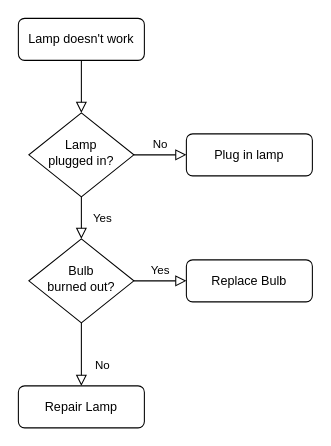
Before: 未命名绘图.drawio in baozhijie1942/6319mid, a draw.io diagram. Source tidied: cells renumbered, new cells numbered last; positions are measured from the earlier drawing's top-left corner, leaving out a move shared by most shapes. Both pictures are drawn from the tidied source at 105%, with x=0, y=0 at pixel (18, 18).
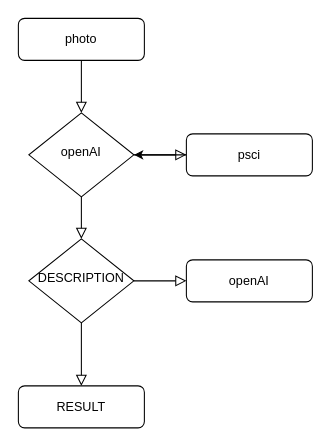
The same diagram, later.

What changed in the source:
```diff
@@
 <mxGraphModel>
   <root>
     <mxCell id="0" />
     <mxCell id="1" parent="0" />
     <mxCell id="2" style="rounded=0;html=1;jettySize=auto;fontSize=11;endArrow=block;endFill=0;endSize=8;strokeWidth=1;shadow=0;labelBackgroundColor=none;edgeStyle=orthogonalEdgeStyle;" parent="1" edge="1" source="3" target="6">
       <mxGeometry relative="1" as="geometry" />
     </mxCell>
-    <mxCell id="3" value="Lamp doesn't work" style="rounded=1;whiteSpace=wrap;html=1;fontSize=12;glass=0;strokeWidth=1;shadow=0;" parent="1" vertex="1">
+    <mxCell id="3" value="photo" style="rounded=1;whiteSpace=wrap;html=1;fontSize=12;glass=0;strokeWidth=1;shadow=0;" parent="1" vertex="1">
       <mxGeometry width="120" height="40" as="geometry" />
     </mxCell>
-    <mxCell id="4" value="Yes" style="rounded=0;html=1;jettySize=auto;fontSize=11;endArrow=block;endFill=0;endSize=8;strokeWidth=1;shadow=0;labelBackgroundColor=none;edgeStyle=orthogonalEdgeStyle;" parent="1" edge="1" source="6" target="10">
+    <mxCell id="4" style="rounded=0;html=1;jettySize=auto;fontSize=11;endArrow=block;endFill=0;endSize=8;strokeWidth=1;shadow=0;labelBackgroundColor=none;edgeStyle=orthogonalEdgeStyle;" parent="1" edge="1" source="6" target="10">
       <mxGeometry y="20" relative="1" as="geometry" />
     </mxCell>
-    <mxCell id="5" value="No" style="edgeStyle=orthogonalEdgeStyle;rounded=0;html=1;jettySize=auto;fontSize=11;endArrow=block;endFill=0;endSize=8;strokeWidth=1;shadow=0;labelBackgroundColor=none;" parent="1" edge="1" source="6" target="7">
+    <mxCell id="5" style="edgeStyle=orthogonalEdgeStyle;rounded=0;html=1;jettySize=auto;fontSize=11;endArrow=block;endFill=0;endSize=8;strokeWidth=1;shadow=0;labelBackgroundColor=none;" parent="1" edge="1" source="6" target="7">
       <mxGeometry y="10" relative="1" as="geometry" />
     </mxCell>
-    <mxCell id="6" value="Lamp&lt;br&gt;plugged in?" style="rhombus;whiteSpace=wrap;html=1;shadow=0;fontFamily=Helvetica;fontSize=12;align=center;strokeWidth=1;spacing=6;spacingTop=-4;" parent="1" vertex="1">
+    <mxCell id="6" value="openAI" style="rhombus;whiteSpace=wrap;html=1;shadow=0;fontFamily=Helvetica;fontSize=12;align=center;strokeWidth=1;spacing=6;spacingTop=-4;" parent="1" vertex="1">
       <mxGeometry x="10" y="90" width="100" height="80" as="geometry" />
     </mxCell>
+    <mxCell id="13" style="edgeStyle=orthogonalEdgeStyle;rounded=0;jettySize=auto;html=1;" parent="1" edge="1" source="7" target="6">
+      <mxGeometry relative="1" as="geometry" />
+    </mxCell>
-    <mxCell id="7" value="Plug in lamp" style="rounded=1;whiteSpace=wrap;html=1;fontSize=12;glass=0;strokeWidth=1;shadow=0;" parent="1" vertex="1">
+    <mxCell id="7" value="psci" style="rounded=1;whiteSpace=wrap;html=1;fontSize=12;glass=0;strokeWidth=1;shadow=0;" parent="1" vertex="1">
       <mxGeometry x="160" y="110" width="120" height="40" as="geometry" />
     </mxCell>
-    <mxCell id="8" value="No" style="rounded=0;html=1;jettySize=auto;fontSize=11;endArrow=block;endFill=0;endSize=8;strokeWidth=1;shadow=0;labelBackgroundColor=none;edgeStyle=orthogonalEdgeStyle;" parent="1" edge="1" source="10" target="11">
+    <mxCell id="8" style="rounded=0;html=1;jettySize=auto;fontSize=11;endArrow=block;endFill=0;endSize=8;strokeWidth=1;shadow=0;labelBackgroundColor=none;edgeStyle=orthogonalEdgeStyle;" parent="1" edge="1" source="10" target="11">
       <mxGeometry x="0.33" y="20" relative="1" as="geometry" />
     </mxCell>
-    <mxCell id="9" value="Yes" style="edgeStyle=orthogonalEdgeStyle;rounded=0;html=1;jettySize=auto;fontSize=11;endArrow=block;endFill=0;endSize=8;strokeWidth=1;shadow=0;labelBackgroundColor=none;" parent="1" edge="1" source="10" target="12">
+    <mxCell id="9" style="edgeStyle=orthogonalEdgeStyle;rounded=0;html=1;jettySize=auto;fontSize=11;endArrow=block;endFill=0;endSize=8;strokeWidth=1;shadow=0;labelBackgroundColor=none;" parent="1" edge="1" source="10" target="12">
       <mxGeometry y="10" relative="1" as="geometry" />
     </mxCell>
-    <mxCell id="10" value="Bulb&lt;br&gt;burned out?" style="rhombus;whiteSpace=wrap;html=1;shadow=0;fontFamily=Helvetica;fontSize=12;align=center;strokeWidth=1;spacing=6;spacingTop=-4;" parent="1" vertex="1">
+    <mxCell id="10" value="DESCRIPTION" style="rhombus;whiteSpace=wrap;html=1;shadow=0;fontFamily=Helvetica;fontSize=12;align=center;strokeWidth=1;spacing=6;spacingTop=-4;" parent="1" vertex="1">
       <mxGeometry x="10" y="210" width="100" height="80" as="geometry" />
     </mxCell>
-    <mxCell id="11" value="Repair Lamp" style="rounded=1;whiteSpace=wrap;html=1;fontSize=12;glass=0;strokeWidth=1;shadow=0;" parent="1" vertex="1">
+    <mxCell id="11" value="RESULT" style="rounded=1;whiteSpace=wrap;html=1;fontSize=12;glass=0;strokeWidth=1;shadow=0;" parent="1" vertex="1">
       <mxGeometry y="350" width="120" height="40" as="geometry" />
     </mxCell>
-    <mxCell id="12" value="Replace Bulb" style="rounded=1;whiteSpace=wrap;html=1;fontSize=12;glass=0;strokeWidth=1;shadow=0;" parent="1" vertex="1">
+    <mxCell id="12" value="openAI" style="rounded=1;whiteSpace=wrap;html=1;fontSize=12;glass=0;strokeWidth=1;shadow=0;" parent="1" vertex="1">
       <mxGeometry x="160" y="230" width="120" height="40" as="geometry" />
     </mxCell>
   </root>
 </mxGraphModel>
```
